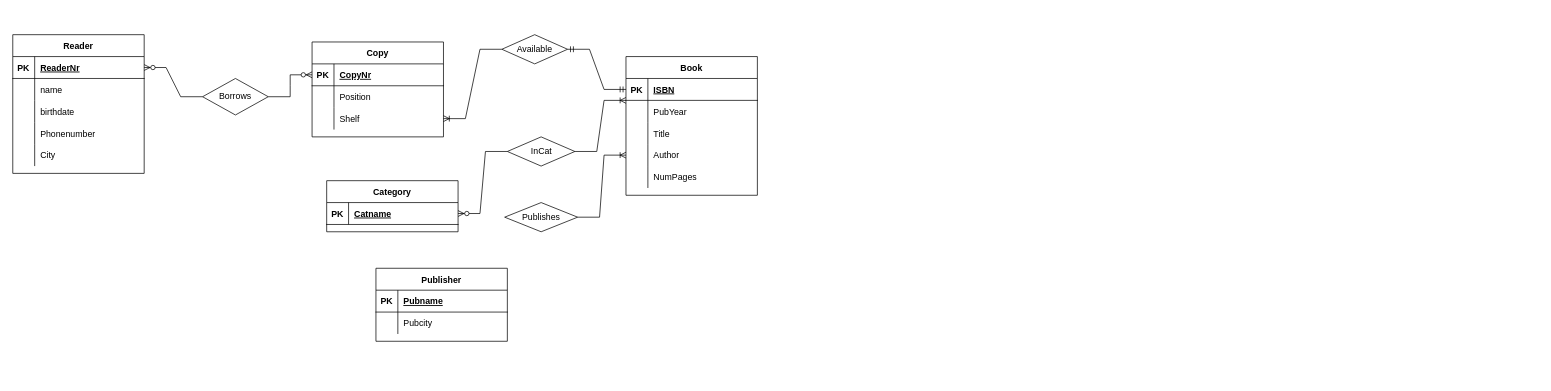
The draw.io diagram folder/The First Assignment.drawio in Elshan777/draw.io-diagrams, before the edit. Source tidied: cells renumbered, new cells numbered last; positions are measured from the earlier drawing's top-left corner, leaving out a move shared by most shapes. Both pictures are drawn from the tidied source at 73%, with x=0, y=0 at pixel (12, 34).
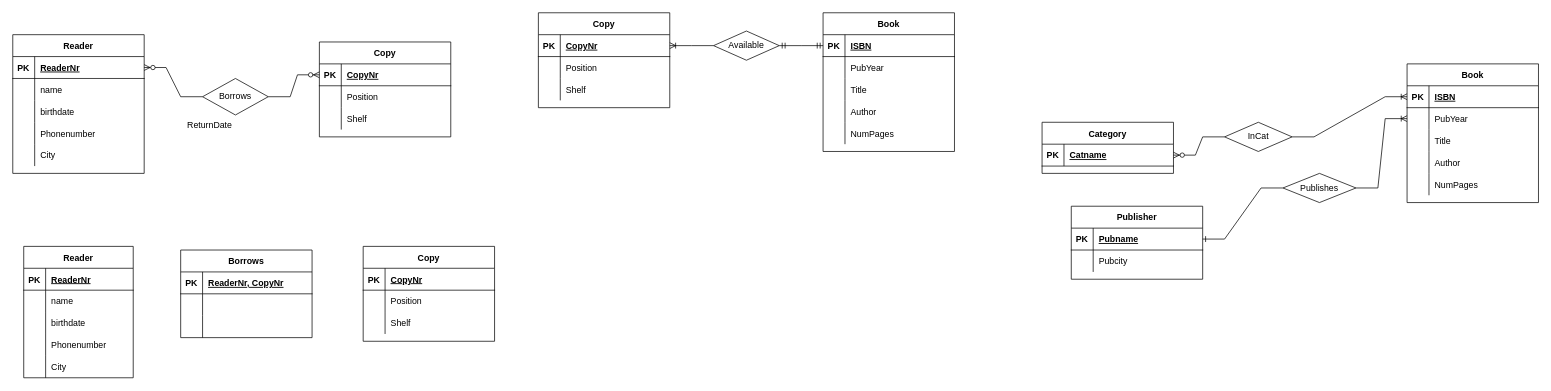
Above is the later version.

The change refers to these unchanged cells:
```xml
<mxCell id="25" style="shape=tableRow;horizontal=0;startSize=0;swimlaneHead=0;swimlaneBody=0;fillColor=none;points=[[0,0.5],[1,0.5]];portConstraint=eastwest;top=0;left=0;right=0;bottom=0;" parent="18" vertex="1">
  <mxGeometry y="90" width="180" height="30" as="geometry" />
</mxCell>
<mxCell id="32" style="shape=tableRow;horizontal=0;startSize=0;swimlaneHead=0;swimlaneBody=0;fillColor=none;points=[[0,0.5],[1,0.5]];portConstraint=eastwest;top=0;left=0;right=0;bottom=0;" parent="28" vertex="1">
  <mxGeometry y="60" width="180" height="30" as="geometry" />
</mxCell>
<mxCell id="38" style="shape=tableRow;horizontal=0;startSize=0;swimlaneHead=0;swimlaneBody=0;fillColor=none;points=[[0,0.5],[1,0.5]];portConstraint=eastwest;top=0;left=0;right=0;bottom=0;" parent="28" vertex="1">
  <mxGeometry y="120" width="180" height="30" as="geometry" />
</mxCell>
<mxCell id="49" style="shape=tableRow;horizontal=0;startSize=0;swimlaneHead=0;swimlaneBody=0;fillColor=none;points=[[0,0.5],[1,0.5]];portConstraint=eastwest;top=0;left=0;right=0;bottom=1;" parent="48" vertex="1">
  <mxGeometry y="30" width="180" height="30" as="geometry" />
</mxCell>
```

What changed in the source:
```diff
@@
     <mxCell id="18" value="Copy" style="shape=table;startSize=30;childLayout=tableLayout;rowLines=0;fontStyle=1;align=center;" parent="1" vertex="1">
-      <mxGeometry x="410" y="10" width="180" height="130" as="geometry" />
+      <mxGeometry x="420" y="10" width="180" height="130" as="geometry" />
     </mxCell>
@@
     <mxCell id="28" value="Book" style="shape=table;startSize=30;childLayout=tableLayout;rowLines=0;fontStyle=1;align=center;" parent="1" vertex="1">
-      <mxGeometry x="840" y="30" width="180" height="190" as="geometry" />
+      <mxGeometry x="1110" y="-30" width="180" height="190" as="geometry" />
     </mxCell>
@@
     <mxCell id="44" value="Category" style="shape=table;startSize=30;childLayout=tableLayout;rowLines=0;fontStyle=1;align=center;" parent="1" vertex="1">
-      <mxGeometry x="430" y="200" width="180" height="70" as="geometry" />
+      <mxGeometry x="1410" y="120" width="180" height="70" as="geometry" />
     </mxCell>
@@
     <mxCell id="48" value="Publisher" style="shape=table;startSize=30;childLayout=tableLayout;rowLines=0;fontStyle=1;align=center;" parent="1" vertex="1">
-      <mxGeometry x="497.5" y="320" width="180" height="100" as="geometry" />
+      <mxGeometry x="1450" y="235" width="180" height="100" as="geometry" />
     </mxCell>
@@
     <mxCell id="58" value="Available" style="shape=rhombus;perimeter=rhombusPerimeter;whiteSpace=wrap;html=1;align=center;" parent="1" vertex="1">
-      <mxGeometry x="670" width="90" height="40" as="geometry" />
+      <mxGeometry x="960" y="-5" width="90" height="40" as="geometry" />
     </mxCell>
-    <mxCell id="59" style="edgeStyle=entityRelationEdgeStyle;fontSize=12;html=1;endArrow=ERoneToMany;rounded=0;entryX=1;entryY=0.5;entryDx=0;entryDy=0;exitX=0;exitY=0.5;exitDx=0;exitDy=0;" parent="1" edge="1" source="58" target="25">
+    <mxCell id="59" style="edgeStyle=entityRelationEdgeStyle;fontSize=12;html=1;endArrow=ERoneToMany;rounded=0;entryX=1;entryY=0.5;entryDx=0;entryDy=0;exitX=0;exitY=0.5;exitDx=0;exitDy=0;" parent="1" edge="1" source="58" target="84">
       <mxGeometry relative="1" as="geometry" />
     </mxCell>
@@
     <mxCell id="61" value="InCat" style="shape=rhombus;perimeter=rhombusPerimeter;whiteSpace=wrap;html=1;align=center;" parent="1" vertex="1">
-      <mxGeometry x="677.5" y="140" width="92.5" height="40" as="geometry" />
+      <mxGeometry x="1660" y="120" width="92.5" height="40" as="geometry" />
     </mxCell>
-    <mxCell id="62" style="edgeStyle=entityRelationEdgeStyle;fontSize=12;html=1;endArrow=ERoneToMany;rounded=0;entryX=0;entryY=0;entryDx=0;entryDy=0;entryPerimeter=0;exitX=1;exitY=0.5;exitDx=0;exitDy=0;" parent="1" edge="1" source="61" target="32">
+    <mxCell id="62" style="edgeStyle=entityRelationEdgeStyle;fontSize=12;html=1;endArrow=ERoneToMany;rounded=0;entryX=0;entryY=0.5;entryDx=0;entryDy=0;exitX=1;exitY=0.5;exitDx=0;exitDy=0;" parent="1" edge="1" source="61" target="115">
       <mxGeometry relative="1" as="geometry" />
     </mxCell>
@@
     <mxCell id="64" value="Publishes" style="shape=rhombus;perimeter=rhombusPerimeter;whiteSpace=wrap;html=1;align=center;" parent="1" vertex="1">
-      <mxGeometry x="673.8" y="230" width="100" height="40" as="geometry" />
+      <mxGeometry x="1740" y="190" width="100" height="40" as="geometry" />
     </mxCell>
-    <mxCell id="65" style="edgeStyle=entityRelationEdgeStyle;fontSize=12;html=1;endArrow=ERoneToMany;rounded=0;exitX=1;exitY=0.5;exitDx=0;exitDy=0;entryX=0;entryY=0.5;entryDx=0;entryDy=0;" parent="1" edge="1" source="64" target="38">
+    <mxCell id="65" style="edgeStyle=entityRelationEdgeStyle;fontSize=12;html=1;endArrow=ERoneToMany;rounded=0;exitX=1;exitY=0.5;exitDx=0;exitDy=0;entryX=0;entryY=0.5;entryDx=0;entryDy=0;" parent="1" edge="1" source="64" target="118">
       <mxGeometry relative="1" as="geometry" />
     </mxCell>
+    <mxCell id="66" style="edgeStyle=entityRelationEdgeStyle;fontSize=12;html=1;endArrow=ERone;endFill=1;rounded=0;entryX=1;entryY=0.5;entryDx=0;entryDy=0;exitX=0;exitY=0.5;exitDx=0;exitDy=0;" parent="1" edge="1" source="64" target="49">
+      <mxGeometry relative="1" as="geometry" />
+    </mxCell>
+    <mxCell id="67" value="Reader" style="shape=table;startSize=30;childLayout=tableLayout;rowLines=0;fontStyle=1;align=center;" parent="1" vertex="1">
+      <mxGeometry x="15" y="290" width="150" height="180" as="geometry" />
+    </mxCell>
+    <mxCell id="68" style="shape=tableRow;horizontal=0;startSize=0;swimlaneHead=0;swimlaneBody=0;fillColor=none;top=0;left=0;right=0;bottom=1;" parent="67" vertex="1">
+      <mxGeometry y="30" width="150" height="30" as="geometry" />
+    </mxCell>
+    <mxCell id="69" value="PK" style="shape=partialRectangle;fillColor=none;top=0;left=0;bottom=0;right=0;fontStyle=1;overflow=hidden;" parent="68" vertex="1">
+      <mxGeometry width="30" height="30" as="geometry" />
+    </mxCell>
+    <mxCell id="70" value="ReaderNr" style="shape=partialRectangle;fillColor=none;top=0;left=0;bottom=0;right=0;align=left;spacingLeft=6;fontStyle=5;overflow=hidden;" parent="68" vertex="1">
+      <mxGeometry x="30" width="120" height="30" as="geometry" />
+    </mxCell>
+    <mxCell id="71" style="shape=tableRow;horizontal=0;startSize=0;swimlaneHead=0;swimlaneBody=0;fillColor=none;top=0;left=0;right=0;bottom=0;" parent="67" vertex="1">
+      <mxGeometry y="60" width="150" height="30" as="geometry" />
+    </mxCell>
+    <mxCell id="72" style="shape=partialRectangle;fillColor=none;top=0;left=0;bottom=0;right=0;overflow=hidden;" parent="71" vertex="1">
+      <mxGeometry width="30" height="30" as="geometry" />
+    </mxCell>
+    <mxCell id="73" value="name" style="shape=partialRectangle;fillColor=none;top=0;left=0;bottom=0;right=0;align=left;spacingLeft=6;overflow=hidden;" parent="71" vertex="1">
+      <mxGeometry x="30" width="120" height="30" as="geometry" />
+    </mxCell>
+    <mxCell id="74" style="shape=tableRow;horizontal=0;startSize=0;swimlaneHead=0;swimlaneBody=0;fillColor=none;top=0;left=0;right=0;bottom=0;" parent="67" vertex="1">
+      <mxGeometry y="90" width="150" height="30" as="geometry" />
+    </mxCell>
+    <mxCell id="75" style="shape=partialRectangle;fillColor=none;top=0;left=0;bottom=0;right=0;overflow=hidden;" parent="74" vertex="1">
+      <mxGeometry width="30" height="30" as="geometry" />
+    </mxCell>
+    <mxCell id="76" value="birthdate" style="shape=partialRectangle;fillColor=none;top=0;left=0;bottom=0;right=0;align=left;spacingLeft=6;overflow=hidden;" parent="74" vertex="1">
+      <mxGeometry x="30" width="120" height="30" as="geometry" />
+    </mxCell>
+    <mxCell id="77" style="shape=tableRow;horizontal=0;startSize=0;swimlaneHead=0;swimlaneBody=0;fillColor=none;top=0;left=0;right=0;bottom=0;" parent="67" vertex="1">
+      <mxGeometry y="120" width="150" height="30" as="geometry" />
+    </mxCell>
+    <mxCell id="78" style="shape=partialRectangle;fillColor=none;top=0;left=0;bottom=0;right=0;overflow=hidden;" parent="77" vertex="1">
+      <mxGeometry width="30" height="30" as="geometry" />
+    </mxCell>
+    <mxCell id="79" value="Phonenumber" style="shape=partialRectangle;fillColor=none;top=0;left=0;bottom=0;right=0;align=left;spacingLeft=6;overflow=hidden;" parent="77" vertex="1">
+      <mxGeometry x="30" width="120" height="30" as="geometry" />
+    </mxCell>
+    <mxCell id="80" style="shape=tableRow;horizontal=0;startSize=0;swimlaneHead=0;swimlaneBody=0;fillColor=none;top=0;left=0;right=0;bottom=0;" parent="67" vertex="1">
+      <mxGeometry y="150" width="150" height="30" as="geometry" />
+    </mxCell>
+    <mxCell id="81" style="shape=partialRectangle;fillColor=none;top=0;left=0;bottom=0;right=0;overflow=hidden;" parent="80" vertex="1">
+      <mxGeometry width="30" height="30" as="geometry" />
+    </mxCell>
+    <mxCell id="82" value="City" style="shape=partialRectangle;fillColor=none;top=0;left=0;bottom=0;right=0;align=left;spacingLeft=6;overflow=hidden;" parent="80" vertex="1">
+      <mxGeometry x="30" width="120" height="30" as="geometry" />
+    </mxCell>
+    <mxCell id="83" value="Copy" style="shape=table;startSize=30;childLayout=tableLayout;rowLines=0;fontStyle=1;align=center;" parent="1" vertex="1">
+      <mxGeometry x="720" y="-30" width="180" height="130" as="geometry" />
+    </mxCell>
+    <mxCell id="84" style="shape=tableRow;horizontal=0;startSize=0;swimlaneHead=0;swimlaneBody=0;fillColor=none;points=[[0,0.5],[1,0.5]];portConstraint=eastwest;top=0;left=0;right=0;bottom=1;" parent="83" vertex="1">
+      <mxGeometry y="30" width="180" height="30" as="geometry" />
+    </mxCell>
+    <mxCell id="85" value="PK" style="shape=partialRectangle;fillColor=none;top=0;left=0;bottom=0;right=0;fontStyle=1;overflow=hidden;" parent="84" vertex="1">
+      <mxGeometry width="30" height="30" as="geometry" />
+    </mxCell>
+    <mxCell id="86" value="CopyNr" style="shape=partialRectangle;fillColor=none;top=0;left=0;bottom=0;right=0;align=left;spacingLeft=6;fontStyle=5;overflow=hidden;" parent="84" vertex="1">
+      <mxGeometry x="30" width="150" height="30" as="geometry" />
+    </mxCell>
+    <mxCell id="87" style="shape=tableRow;horizontal=0;startSize=0;swimlaneHead=0;swimlaneBody=0;fillColor=none;top=0;left=0;right=0;bottom=0;" parent="83" vertex="1">
+      <mxGeometry y="60" width="180" height="30" as="geometry" />
+    </mxCell>
+    <mxCell id="88" style="shape=partialRectangle;fillColor=none;top=0;left=0;bottom=0;right=0;overflow=hidden;" parent="87" vertex="1">
+      <mxGeometry width="30" height="30" as="geometry" />
+    </mxCell>
+    <mxCell id="89" value="Position" style="shape=partialRectangle;fillColor=none;top=0;left=0;bottom=0;right=0;align=left;spacingLeft=6;overflow=hidden;" parent="87" vertex="1">
+      <mxGeometry x="30" width="150" height="30" as="geometry" />
+    </mxCell>
+    <mxCell id="90" style="shape=tableRow;horizontal=0;startSize=0;swimlaneHead=0;swimlaneBody=0;fillColor=none;top=0;left=0;right=0;bottom=0;" parent="83" vertex="1">
+      <mxGeometry y="90" width="180" height="30" as="geometry" />
+    </mxCell>
+    <mxCell id="91" style="shape=partialRectangle;fillColor=none;top=0;left=0;bottom=0;right=0;overflow=hidden;" parent="90" vertex="1">
+      <mxGeometry width="30" height="30" as="geometry" />
+    </mxCell>
+    <mxCell id="92" value="Shelf" style="shape=partialRectangle;fillColor=none;top=0;left=0;bottom=0;right=0;align=left;spacingLeft=6;overflow=hidden;" parent="90" vertex="1">
+      <mxGeometry x="30" width="150" height="30" as="geometry" />
+    </mxCell>
+    <mxCell id="93" value="Copy" style="shape=table;startSize=30;childLayout=tableLayout;rowLines=0;fontStyle=1;align=center;" parent="1" vertex="1">
+      <mxGeometry x="480" y="290" width="180" height="130" as="geometry" />
+    </mxCell>
+    <mxCell id="94" style="shape=tableRow;horizontal=0;startSize=0;swimlaneHead=0;swimlaneBody=0;fillColor=none;top=0;left=0;right=0;bottom=1;" parent="93" vertex="1">
+      <mxGeometry y="30" width="180" height="30" as="geometry" />
+    </mxCell>
+    <mxCell id="95" value="PK" style="shape=partialRectangle;fillColor=none;top=0;left=0;bottom=0;right=0;fontStyle=1;overflow=hidden;" parent="94" vertex="1">
+      <mxGeometry width="30" height="30" as="geometry" />
+    </mxCell>
+    <mxCell id="96" value="CopyNr" style="shape=partialRectangle;fillColor=none;top=0;left=0;bottom=0;right=0;align=left;spacingLeft=6;fontStyle=5;overflow=hidden;" parent="94" vertex="1">
+      <mxGeometry x="30" width="150" height="30" as="geometry" />
+    </mxCell>
+    <mxCell id="97" style="shape=tableRow;horizontal=0;startSize=0;swimlaneHead=0;swimlaneBody=0;fillColor=none;top=0;left=0;right=0;bottom=0;" parent="93" vertex="1">
+      <mxGeometry y="60" width="180" height="30" as="geometry" />
+    </mxCell>
+    <mxCell id="98" style="shape=partialRectangle;fillColor=none;top=0;left=0;bottom=0;right=0;overflow=hidden;" parent="97" vertex="1">
+      <mxGeometry width="30" height="30" as="geometry" />
+    </mxCell>
+    <mxCell id="99" value="Position" style="shape=partialRectangle;fillColor=none;top=0;left=0;bottom=0;right=0;align=left;spacingLeft=6;overflow=hidden;" parent="97" vertex="1">
+      <mxGeometry x="30" width="150" height="30" as="geometry" />
+    </mxCell>
+    <mxCell id="100" style="shape=tableRow;horizontal=0;startSize=0;swimlaneHead=0;swimlaneBody=0;fillColor=none;top=0;left=0;right=0;bottom=0;" parent="93" vertex="1">
+      <mxGeometry y="90" width="180" height="30" as="geometry" />
+    </mxCell>
+    <mxCell id="101" style="shape=partialRectangle;fillColor=none;top=0;left=0;bottom=0;right=0;overflow=hidden;" parent="100" vertex="1">
+      <mxGeometry width="30" height="30" as="geometry" />
+    </mxCell>
+    <mxCell id="102" value="Shelf" style="shape=partialRectangle;fillColor=none;top=0;left=0;bottom=0;right=0;align=left;spacingLeft=6;overflow=hidden;" parent="100" vertex="1">
+      <mxGeometry x="30" width="150" height="30" as="geometry" />
+    </mxCell>
+    <mxCell id="103" value="Borrows" style="shape=table;startSize=30;childLayout=tableLayout;rowLines=0;fontStyle=1;align=center;" parent="1" vertex="1">
+      <mxGeometry x="230" y="295" width="180" height="120" as="geometry" />
+    </mxCell>
+    <mxCell id="104" style="shape=tableRow;horizontal=0;startSize=0;swimlaneHead=0;swimlaneBody=0;fillColor=none;top=0;left=0;right=0;bottom=1;" parent="103" vertex="1">
+      <mxGeometry y="30" width="180" height="30" as="geometry" />
+    </mxCell>
+    <mxCell id="105" value="PK" style="shape=partialRectangle;fillColor=none;top=0;left=0;bottom=0;right=0;fontStyle=1;overflow=hidden;" parent="104" vertex="1">
+      <mxGeometry width="30" height="30" as="geometry" />
+    </mxCell>
+    <mxCell id="106" value="ReaderNr, CopyNr" style="shape=partialRectangle;fillColor=none;top=0;left=0;bottom=0;right=0;align=left;spacingLeft=6;fontStyle=5;overflow=hidden;" parent="104" vertex="1">
+      <mxGeometry x="30" width="150" height="30" as="geometry" />
+    </mxCell>
+    <mxCell id="107" style="shape=tableRow;horizontal=0;startSize=0;swimlaneHead=0;swimlaneBody=0;fillColor=none;top=0;left=0;right=0;bottom=0;" parent="103" vertex="1">
+      <mxGeometry y="60" width="180" height="30" as="geometry" />
+    </mxCell>
+    <mxCell id="108" style="shape=partialRectangle;fillColor=none;top=0;left=0;bottom=0;right=0;overflow=hidden;" parent="107" vertex="1">
+      <mxGeometry width="30" height="30" as="geometry" />
+    </mxCell>
+    <mxCell id="109" style="shape=partialRectangle;fillColor=none;top=0;left=0;bottom=0;right=0;align=left;spacingLeft=6;overflow=hidden;" parent="107" vertex="1">
+      <mxGeometry x="30" width="150" height="30" as="geometry" />
+    </mxCell>
+    <mxCell id="110" style="shape=tableRow;horizontal=0;startSize=0;swimlaneHead=0;swimlaneBody=0;fillColor=none;top=0;left=0;right=0;bottom=0;" parent="103" vertex="1">
+      <mxGeometry y="90" width="180" height="30" as="geometry" />
+    </mxCell>
+    <mxCell id="111" style="shape=partialRectangle;fillColor=none;top=0;left=0;bottom=0;right=0;overflow=hidden;" parent="110" vertex="1">
+      <mxGeometry width="30" height="30" as="geometry" />
+    </mxCell>
+    <mxCell id="112" style="shape=partialRectangle;fillColor=none;top=0;left=0;bottom=0;right=0;align=left;spacingLeft=6;overflow=hidden;" parent="110" vertex="1">
+      <mxGeometry x="30" width="150" height="30" as="geometry" />
+    </mxCell>
+    <mxCell id="113" value="ReturnDate" style="text;html=1;strokeColor=none;fillColor=none;align=center;verticalAlign=middle;whiteSpace=wrap;rounded=0;" parent="1" vertex="1">
+      <mxGeometry x="240" y="110" width="60" height="30" as="geometry" />
+    </mxCell>
+    <mxCell id="114" value="Book" style="shape=table;startSize=30;childLayout=tableLayout;rowLines=0;fontStyle=1;align=center;" parent="1" vertex="1">
+      <mxGeometry x="1910" y="40" width="180" height="190" as="geometry" />
+    </mxCell>
+    <mxCell id="115" style="shape=tableRow;horizontal=0;startSize=0;swimlaneHead=0;swimlaneBody=0;fillColor=none;points=[[0,0.5],[1,0.5]];portConstraint=eastwest;top=0;left=0;right=0;bottom=1;" parent="114" vertex="1">
+      <mxGeometry y="30" width="180" height="30" as="geometry" />
+    </mxCell>
+    <mxCell id="116" value="PK" style="shape=partialRectangle;fillColor=none;top=0;left=0;bottom=0;right=0;fontStyle=1;overflow=hidden;" parent="115" vertex="1">
+      <mxGeometry width="30" height="30" as="geometry" />
+    </mxCell>
+    <mxCell id="117" value="ISBN" style="shape=partialRectangle;fillColor=none;top=0;left=0;bottom=0;right=0;align=left;spacingLeft=6;fontStyle=5;overflow=hidden;" parent="115" vertex="1">
+      <mxGeometry x="30" width="150" height="30" as="geometry" />
+    </mxCell>
+    <mxCell id="118" style="shape=tableRow;horizontal=0;startSize=0;swimlaneHead=0;swimlaneBody=0;fillColor=none;points=[[0,0.5],[1,0.5]];portConstraint=eastwest;top=0;left=0;right=0;bottom=0;" parent="114" vertex="1">
+      <mxGeometry y="60" width="180" height="30" as="geometry" />
+    </mxCell>
+    <mxCell id="119" style="shape=partialRectangle;fillColor=none;top=0;left=0;bottom=0;right=0;overflow=hidden;" parent="118" vertex="1">
+      <mxGeometry width="30" height="30" as="geometry" />
+    </mxCell>
+    <mxCell id="120" value="PubYear" style="shape=partialRectangle;fillColor=none;top=0;left=0;bottom=0;right=0;align=left;spacingLeft=6;overflow=hidden;" parent="118" vertex="1">
+      <mxGeometry x="30" width="150" height="30" as="geometry" />
+    </mxCell>
+    <mxCell id="121" style="shape=tableRow;horizontal=0;startSize=0;swimlaneHead=0;swimlaneBody=0;fillColor=none;top=0;left=0;right=0;bottom=0;" parent="114" vertex="1">
+      <mxGeometry y="90" width="180" height="30" as="geometry" />
+    </mxCell>
+    <mxCell id="122" style="shape=partialRectangle;fillColor=none;top=0;left=0;bottom=0;right=0;overflow=hidden;" parent="121" vertex="1">
+      <mxGeometry width="30" height="30" as="geometry" />
+    </mxCell>
+    <mxCell id="123" value="Title" style="shape=partialRectangle;fillColor=none;top=0;left=0;bottom=0;right=0;align=left;spacingLeft=6;overflow=hidden;" parent="121" vertex="1">
+      <mxGeometry x="30" width="150" height="30" as="geometry" />
+    </mxCell>
+    <mxCell id="124" style="shape=tableRow;horizontal=0;startSize=0;swimlaneHead=0;swimlaneBody=0;fillColor=none;top=0;left=0;right=0;bottom=0;" parent="114" vertex="1">
+      <mxGeometry y="120" width="180" height="30" as="geometry" />
+    </mxCell>
+    <mxCell id="125" style="shape=partialRectangle;fillColor=none;top=0;left=0;bottom=0;right=0;overflow=hidden;" parent="124" vertex="1">
+      <mxGeometry width="30" height="30" as="geometry" />
+    </mxCell>
+    <mxCell id="126" value="Author" style="shape=partialRectangle;fillColor=none;top=0;left=0;bottom=0;right=0;align=left;spacingLeft=6;overflow=hidden;" parent="124" vertex="1">
+      <mxGeometry x="30" width="150" height="30" as="geometry" />
+    </mxCell>
+    <mxCell id="127" style="shape=tableRow;horizontal=0;startSize=0;swimlaneHead=0;swimlaneBody=0;fillColor=none;top=0;left=0;right=0;bottom=0;" parent="114" vertex="1">
+      <mxGeometry y="150" width="180" height="30" as="geometry" />
+    </mxCell>
+    <mxCell id="128" style="shape=partialRectangle;fillColor=none;top=0;left=0;bottom=0;right=0;overflow=hidden;" parent="127" vertex="1">
+      <mxGeometry width="30" height="30" as="geometry" />
+    </mxCell>
+    <mxCell id="129" value="NumPages" style="shape=partialRectangle;fillColor=none;top=0;left=0;bottom=0;right=0;align=left;spacingLeft=6;overflow=hidden;" parent="127" vertex="1">
+      <mxGeometry x="30" width="150" height="30" as="geometry" />
+    </mxCell>
```
